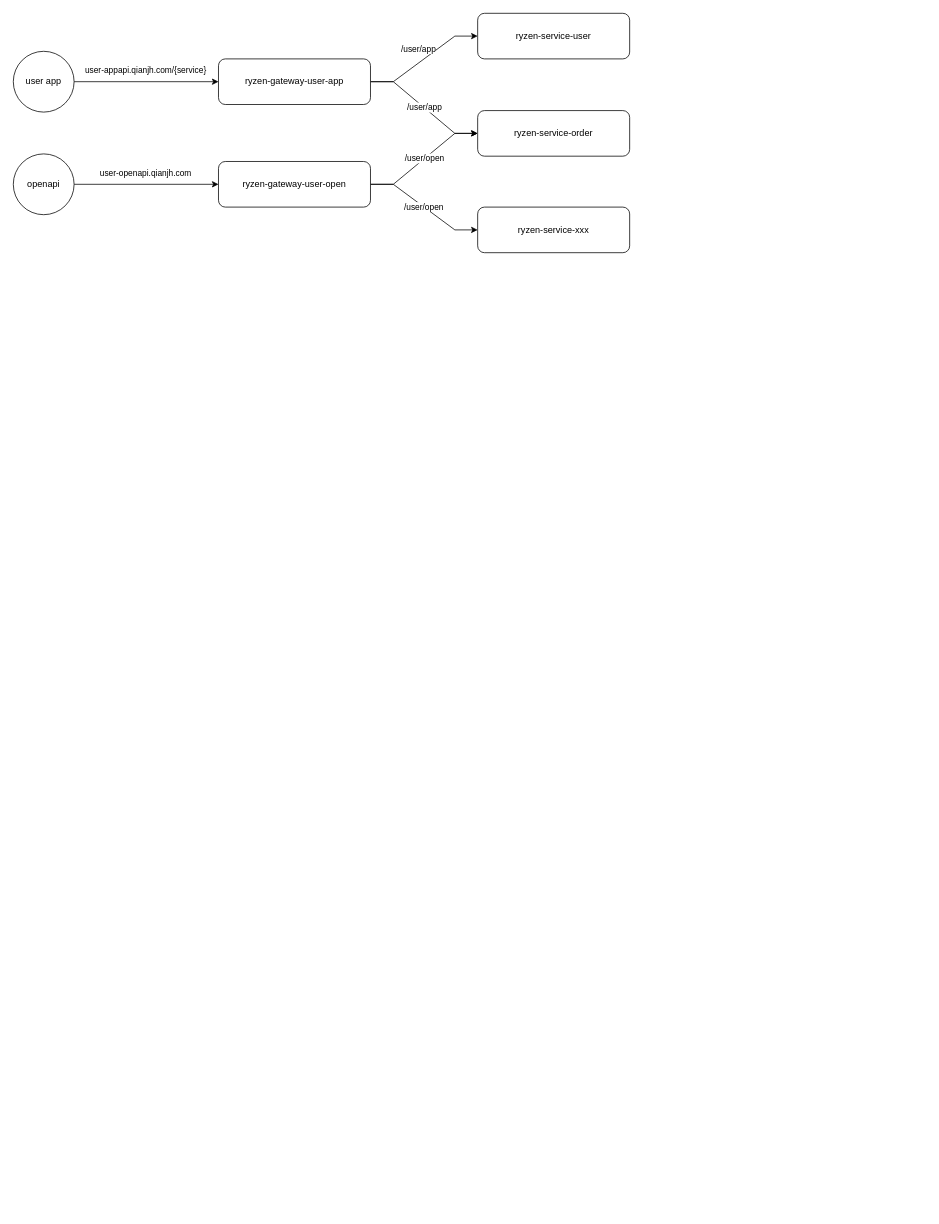
Above: docs/route.drawio in evan-qianjh/ryzen (draw.io), before the change. Source tidied: cells renumbered, new cells numbered last; positions are measured from the earlier drawing's top-left corner, leaving out a move shared by most shapes. Both pictures are drawn from the tidied source at 76%, with x=0, y=0 at pixel (13, 13).
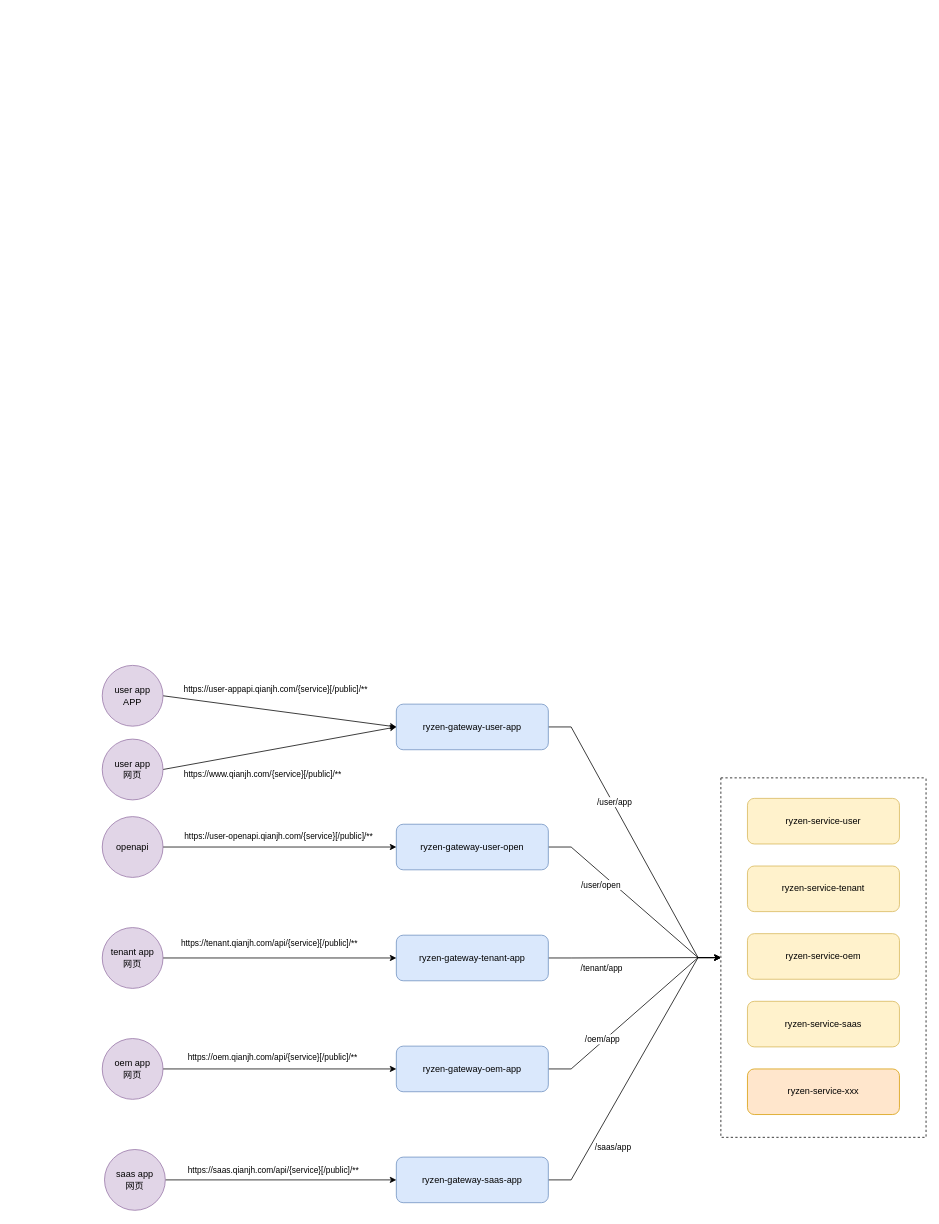
Above is the later version.

Diff of the diagram source:
```diff
@@
-    <mxCell id="2" value="/user/app" style="edgeStyle=entityRelationEdgeStyle;rounded=0;jettySize=auto;html=1;exitX=1;exitY=0.5;exitDx=0;exitDy=0;entryX=0;entryY=0.5;entryDx=0;entryDy=0;" parent="1" edge="1" source="4" target="8">
-      <mxGeometry x="0.02" y="15" relative="1" as="geometry" />
-    </mxCell>
-    <mxCell id="3" value="/user/app" style="edgeStyle=entityRelationEdgeStyle;rounded=0;jettySize=auto;html=1;exitX=1;exitY=0.5;exitDx=0;exitDy=0;entryX=0;entryY=0.5;entryDx=0;entryDy=0;" parent="1" edge="1" source="4" target="9">
-      <mxGeometry relative="1" as="geometry" />
-    </mxCell>
+    <mxCell id="15" style="edgeStyle=entityRelationEdgeStyle;rounded=0;jettySize=auto;html=1;exitX=1;exitY=0.5;exitDx=0;exitDy=0;" parent="1" edge="1" source="4" target="43">
+      <mxGeometry relative="1" as="geometry" />
+    </mxCell>
+    <mxCell id="16" value="/user/app" style="edgeLabel;html=1;align=center;verticalAlign=middle;" parent="15" vertex="1">
+      <mxGeometry x="-0.29" y="2" relative="1" as="geometry" />
+    </mxCell>
-    <mxCell id="4" value="ryzen-gateway-user-app" style="rounded=1;whiteSpace=wrap;html=1;" parent="1" vertex="1">
-      <mxGeometry x="270" y="60" width="200" height="60" as="geometry" />
+    <mxCell id="4" value="ryzen-gateway-user-app" style="rounded=1;whiteSpace=wrap;html=1;fillColor=#dae8fc;strokeColor=#6c8ebf;" parent="1" vertex="1">
+      <mxGeometry x="504" y="909" width="200" height="60" as="geometry" />
     </mxCell>
-    <mxCell id="5" value="/user/open" style="edgeStyle=entityRelationEdgeStyle;rounded=0;jettySize=auto;html=1;exitX=1;exitY=0.5;exitDx=0;exitDy=0;" parent="1" edge="1" source="7" target="9">
-      <mxGeometry relative="1" as="geometry" />
-    </mxCell>
-    <mxCell id="6" value="/user/open" style="edgeStyle=entityRelationEdgeStyle;rounded=0;jettySize=auto;html=1;exitX=1;exitY=0.5;exitDx=0;exitDy=0;" parent="1" edge="1" source="7" target="10">
-      <mxGeometry relative="1" as="geometry" />
-    </mxCell>
+    <mxCell id="17" style="edgeStyle=entityRelationEdgeStyle;rounded=0;jettySize=auto;html=1;exitX=1;exitY=0.5;exitDx=0;exitDy=0;" parent="1" edge="1" source="7" target="43">
+      <mxGeometry relative="1" as="geometry" />
+    </mxCell>
+    <mxCell id="18" value="/user/open" style="edgeLabel;html=1;align=center;verticalAlign=middle;" parent="17" vertex="1">
+      <mxGeometry x="-0.01" y="-2" relative="1" as="geometry">
+        <mxPoint x="-42" y="-24" as="offset" />
+      </mxGeometry>
+    </mxCell>
-    <mxCell id="7" value="ryzen-gateway-user-open" style="rounded=1;whiteSpace=wrap;html=1;" parent="1" vertex="1">
-      <mxGeometry x="270" y="195" width="200" height="60" as="geometry" />
+    <mxCell id="7" value="ryzen-gateway-user-open" style="rounded=1;whiteSpace=wrap;html=1;fillColor=#dae8fc;strokeColor=#6c8ebf;" parent="1" vertex="1">
+      <mxGeometry x="504" y="1067" width="200" height="60" as="geometry" />
     </mxCell>
-    <mxCell id="8" value="ryzen-service-user" style="rounded=1;whiteSpace=wrap;html=1;" parent="1" vertex="1">
-      <mxGeometry x="611" width="200" height="60" as="geometry" />
-    </mxCell>
-    <mxCell id="9" value="ryzen-service-order" style="rounded=1;whiteSpace=wrap;html=1;" parent="1" vertex="1">
-      <mxGeometry x="611" y="128" width="200" height="60" as="geometry" />
-    </mxCell>
-    <mxCell id="10" value="ryzen-service-xxx" style="rounded=1;whiteSpace=wrap;html=1;" parent="1" vertex="1">
-      <mxGeometry x="611" y="255" width="200" height="60" as="geometry" />
-    </mxCell>
-    <mxCell id="11" value="user-appapi.qianjh.com/{service}" style="edgeStyle=orthogonalEdgeStyle;rounded=0;jettySize=auto;html=1;exitX=1;exitY=0.5;exitDx=0;exitDy=0;" parent="1" edge="1" source="12" target="4">
-      <mxGeometry x="-0.01" y="15" relative="1" as="geometry" />
-    </mxCell>
-    <mxCell id="12" value="user app" style="ellipse;whiteSpace=wrap;html=1;shapeInside=1;" parent="1" vertex="1">
-      <mxGeometry y="50" width="80" height="80" as="geometry" />
-    </mxCell>
+    <mxCell id="19" style="rounded=0;jettySize=auto;html=1;exitX=1;exitY=0.5;exitDx=0;exitDy=0;align=left;entryX=0;entryY=0.5;entryDx=0;entryDy=0;" parent="1" edge="1" source="21" target="4">
+      <mxGeometry x="-0.66" y="-8" relative="1" as="geometry" />
+    </mxCell>
+    <mxCell id="20" value="&lt;span style=&quot;text-align: left;&quot;&gt;https://user-appapi.qianjh.com/{service}[/public]/**&lt;/span&gt;" style="edgeLabel;html=1;align=center;verticalAlign=middle;" parent="19" vertex="1">
+      <mxGeometry x="-0.12" y="-2" relative="1" as="geometry">
+        <mxPoint x="13" y="-28" as="offset" />
+      </mxGeometry>
+    </mxCell>
+    <mxCell id="21" value="user app&lt;br&gt;APP" style="ellipse;whiteSpace=wrap;html=1;shapeInside=1;fillColor=#e1d5e7;strokeColor=#9673a6;" parent="1" vertex="1">
+      <mxGeometry x="117" y="858" width="80" height="80" as="geometry" />
+    </mxCell>
-    <mxCell id="13" value="user-openapi.qianjh.com" style="edgeStyle=orthogonalEdgeStyle;rounded=0;jettySize=auto;html=1;exitX=1;exitY=0.5;exitDx=0;exitDy=0;" parent="1" edge="1" source="14" target="7">
+    <mxCell id="13" value="https://user-openapi.qianjh.com/{service}[/public]/**" style="edgeStyle=orthogonalEdgeStyle;rounded=0;jettySize=auto;html=1;exitX=1;exitY=0.5;exitDx=0;exitDy=0;" parent="1" edge="1" source="14" target="7">
       <mxGeometry x="-0.01" y="14" relative="1" as="geometry" />
     </mxCell>
-    <mxCell id="14" value="openapi" style="ellipse;whiteSpace=wrap;html=1;shapeInside=1;" parent="1" vertex="1">
-      <mxGeometry y="185" width="80" height="80" as="geometry" />
+    <mxCell id="14" value="openapi" style="ellipse;whiteSpace=wrap;html=1;shapeInside=1;fillColor=#e1d5e7;strokeColor=#9673a6;" parent="1" vertex="1">
+      <mxGeometry x="117" y="1057" width="80" height="80" as="geometry" />
     </mxCell>
+    <mxCell id="22" style="edgeStyle=entityRelationEdgeStyle;rounded=0;jettySize=auto;html=1;exitX=1;exitY=0.5;exitDx=0;exitDy=0;" parent="1" edge="1" source="24" target="43">
+      <mxGeometry relative="1" as="geometry" />
+    </mxCell>
+    <mxCell id="23" value="/tenant/app" style="edgeLabel;html=1;align=center;verticalAlign=middle;" parent="22" vertex="1">
+      <mxGeometry x="-0.05" y="-2" relative="1" as="geometry">
+        <mxPoint x="-39" y="11" as="offset" />
+      </mxGeometry>
+    </mxCell>
+    <mxCell id="24" value="ryzen-gateway-tenant-app" style="rounded=1;whiteSpace=wrap;html=1;fillColor=#dae8fc;strokeColor=#6c8ebf;" parent="1" vertex="1">
+      <mxGeometry x="504" y="1213" width="200" height="60" as="geometry" />
+    </mxCell>
+    <mxCell id="25" style="edgeStyle=orthogonalEdgeStyle;rounded=0;jettySize=auto;html=1;" parent="1" edge="1" source="27" target="24">
+      <mxGeometry relative="1" as="geometry" />
+    </mxCell>
+    <mxCell id="26" value="&lt;div&gt;https://tenant.qianjh.com/api/{service}[/public]/**&lt;/div&gt;" style="edgeLabel;html=1;align=left;verticalAlign=middle;" parent="25" vertex="1">
+      <mxGeometry x="0.16" y="2" relative="1" as="geometry">
+        <mxPoint x="-156" y="-18" as="offset" />
+      </mxGeometry>
+    </mxCell>
+    <mxCell id="27" value="tenant app&lt;br&gt;网页" style="ellipse;whiteSpace=wrap;html=1;shapeInside=1;fillColor=#e1d5e7;strokeColor=#9673a6;" parent="1" vertex="1">
+      <mxGeometry x="117" y="1203" width="80" height="80" as="geometry" />
+    </mxCell>
+    <mxCell id="28" style="edgeStyle=entityRelationEdgeStyle;rounded=0;jettySize=auto;html=1;exitX=1;exitY=0.5;exitDx=0;exitDy=0;" parent="1" edge="1" source="30" target="43">
+      <mxGeometry relative="1" as="geometry" />
+    </mxCell>
+    <mxCell id="29" value="/oem/app" style="edgeLabel;html=1;align=center;verticalAlign=middle;" parent="28" vertex="1">
+      <mxGeometry x="-0.51" relative="1" as="geometry">
+        <mxPoint x="11" y="-14" as="offset" />
+      </mxGeometry>
+    </mxCell>
+    <mxCell id="30" value="ryzen-gateway-oem-app" style="rounded=1;whiteSpace=wrap;html=1;fillColor=#dae8fc;strokeColor=#6c8ebf;" parent="1" vertex="1">
+      <mxGeometry x="504" y="1359" width="200" height="60" as="geometry" />
+    </mxCell>
+    <mxCell id="31" style="edgeStyle=orthogonalEdgeStyle;rounded=0;jettySize=auto;html=1;" parent="1" edge="1" source="33" target="30">
+      <mxGeometry relative="1" as="geometry" />
+    </mxCell>
+    <mxCell id="32" value="&lt;div style=&quot;text-align: left;&quot;&gt;https://oem.qianjh.com/api/{service}[/public]/**&lt;/div&gt;" style="edgeLabel;html=1;align=center;verticalAlign=middle;" parent="31" vertex="1">
+      <mxGeometry x="-0.13" relative="1" as="geometry">
+        <mxPoint x="9" y="-16" as="offset" />
+      </mxGeometry>
+    </mxCell>
+    <mxCell id="33" value="oem app&lt;br&gt;网页" style="ellipse;whiteSpace=wrap;html=1;shapeInside=1;fillColor=#e1d5e7;strokeColor=#9673a6;" parent="1" vertex="1">
+      <mxGeometry x="117" y="1349" width="80" height="80" as="geometry" />
+    </mxCell>
+    <mxCell id="34" style="rounded=0;jettySize=auto;html=1;exitX=1;exitY=0.5;exitDx=0;exitDy=0;entryX=0;entryY=0.5;entryDx=0;entryDy=0;" parent="1" edge="1" source="36" target="4">
+      <mxGeometry relative="1" as="geometry" />
+    </mxCell>
+    <mxCell id="35" value="&lt;span style=&quot;text-align: left;&quot;&gt;https://www.qianjh.com/{service}[/public]/**&lt;/span&gt;" style="edgeLabel;html=1;align=center;verticalAlign=middle;" parent="34" vertex="1">
+      <mxGeometry x="-0.25" relative="1" as="geometry">
+        <mxPoint x="15" y="26" as="offset" />
+      </mxGeometry>
+    </mxCell>
+    <mxCell id="36" value="user app&lt;br&gt;网页" style="ellipse;whiteSpace=wrap;html=1;shapeInside=1;fillColor=#e1d5e7;strokeColor=#9673a6;" parent="1" vertex="1">
+      <mxGeometry x="117" y="955" width="80" height="80" as="geometry" />
+    </mxCell>
+    <mxCell id="37" style="edgeStyle=entityRelationEdgeStyle;rounded=0;jettySize=auto;html=1;exitX=1;exitY=0.5;exitDx=0;exitDy=0;" parent="1" edge="1" source="39" target="43">
+      <mxGeometry relative="1" as="geometry" />
+    </mxCell>
+    <mxCell id="38" value="/saas/app" style="edgeLabel;html=1;align=center;verticalAlign=middle;" parent="37" vertex="1">
+      <mxGeometry x="-0.63" y="2" relative="1" as="geometry">
+        <mxPoint x="35" y="-5" as="offset" />
+      </mxGeometry>
+    </mxCell>
+    <mxCell id="39" value="ryzen-gateway-saas-app" style="rounded=1;whiteSpace=wrap;html=1;fillColor=#dae8fc;strokeColor=#6c8ebf;" parent="1" vertex="1">
+      <mxGeometry x="504" y="1505" width="200" height="60" as="geometry" />
+    </mxCell>
+    <mxCell id="40" style="edgeStyle=orthogonalEdgeStyle;rounded=0;jettySize=auto;html=1;" parent="1" edge="1" source="42" target="39">
+      <mxGeometry relative="1" as="geometry" />
+    </mxCell>
+    <mxCell id="41" value="&lt;span style=&quot;text-align: left;&quot;&gt;https://saas.qianjh.com/api/{service}[/public]/**&lt;/span&gt;" style="edgeLabel;html=1;align=center;verticalAlign=middle;" parent="40" vertex="1">
+      <mxGeometry x="-0.37" y="-2" relative="1" as="geometry">
+        <mxPoint x="45" y="-16" as="offset" />
+      </mxGeometry>
+    </mxCell>
+    <mxCell id="42" value="saas app&lt;br&gt;网页" style="ellipse;whiteSpace=wrap;html=1;shapeInside=1;fillColor=#e1d5e7;strokeColor=#9673a6;" parent="1" vertex="1">
+      <mxGeometry x="120" y="1495" width="80" height="80" as="geometry" />
+    </mxCell>
+    <mxCell id="43" style="swimlane;startSize=0;dashed=1;" parent="1" vertex="1">
+      <mxGeometry x="931" y="1006" width="270" height="473" as="geometry" />
+    </mxCell>
+    <mxCell id="8" value="ryzen-service-user" style="rounded=1;whiteSpace=wrap;html=1;fillColor=#fff2cc;strokeColor=#d6b656;" parent="43" vertex="1">
+      <mxGeometry x="35" y="27" width="200" height="60" as="geometry" />
+    </mxCell>
+    <mxCell id="10" value="ryzen-service-xxx" style="rounded=1;whiteSpace=wrap;html=1;fillColor=#ffe6cc;strokeColor=#d79b00;" parent="43" vertex="1">
+      <mxGeometry x="35" y="383" width="200" height="60" as="geometry" />
+    </mxCell>
+    <mxCell id="44" value="ryzen-service-tenant" style="rounded=1;whiteSpace=wrap;html=1;fillColor=#fff2cc;strokeColor=#d6b656;" parent="43" vertex="1">
+      <mxGeometry x="35" y="116" width="200" height="60" as="geometry" />
+    </mxCell>
+    <mxCell id="45" value="ryzen-service-oem" style="rounded=1;whiteSpace=wrap;html=1;fillColor=#fff2cc;strokeColor=#d6b656;" parent="43" vertex="1">
+      <mxGeometry x="35" y="205" width="200" height="60" as="geometry" />
+    </mxCell>
+    <mxCell id="46" value="ryzen-service-saas" style="rounded=1;whiteSpace=wrap;html=1;fillColor=#fff2cc;strokeColor=#d6b656;" parent="43" vertex="1">
+      <mxGeometry x="35" y="294" width="200" height="60" as="geometry" />
+    </mxCell>
```
